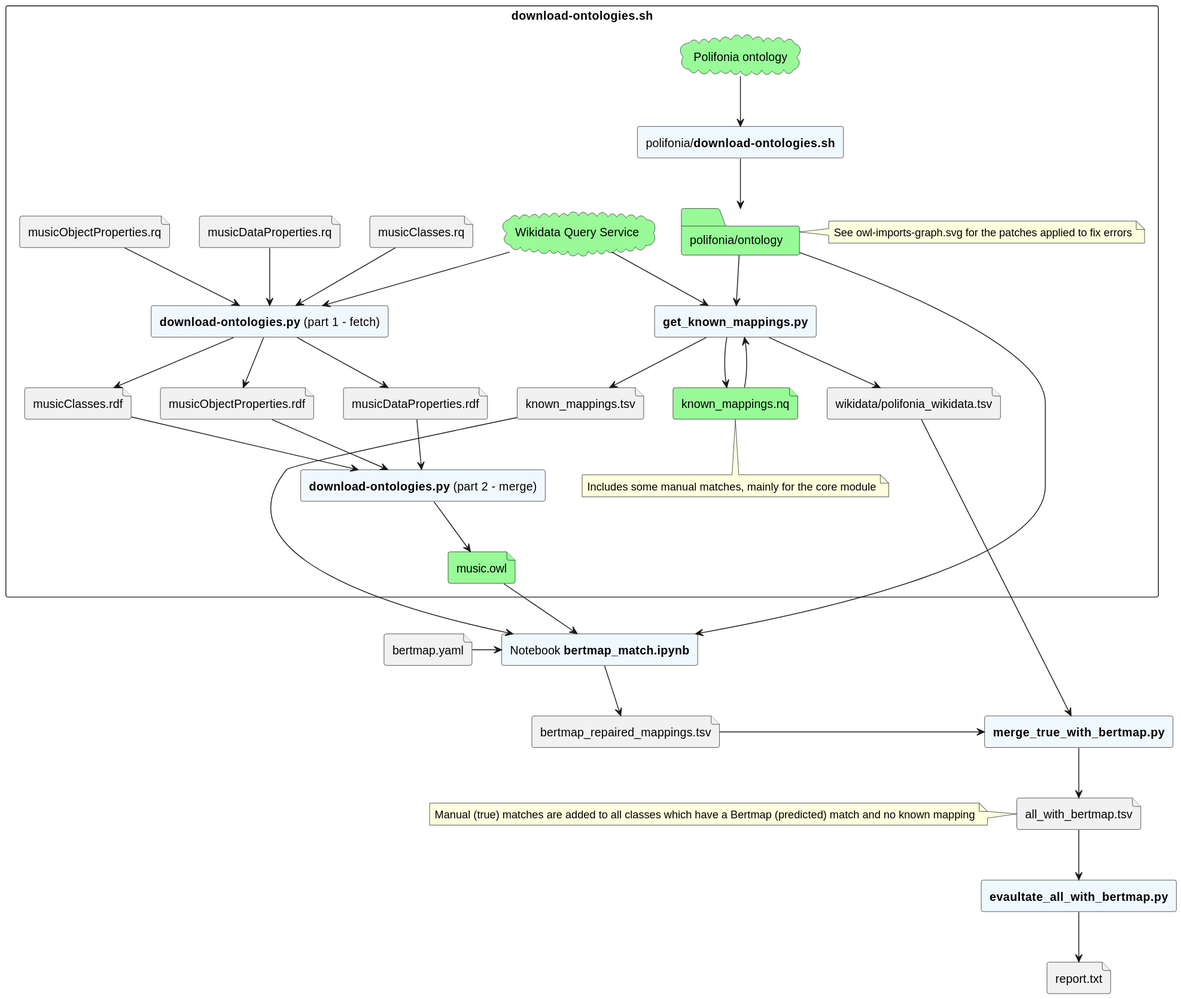
The PlantUML diagram flow.svg in Danysan1/unibo-ke-matching-ontologies, before a commit.
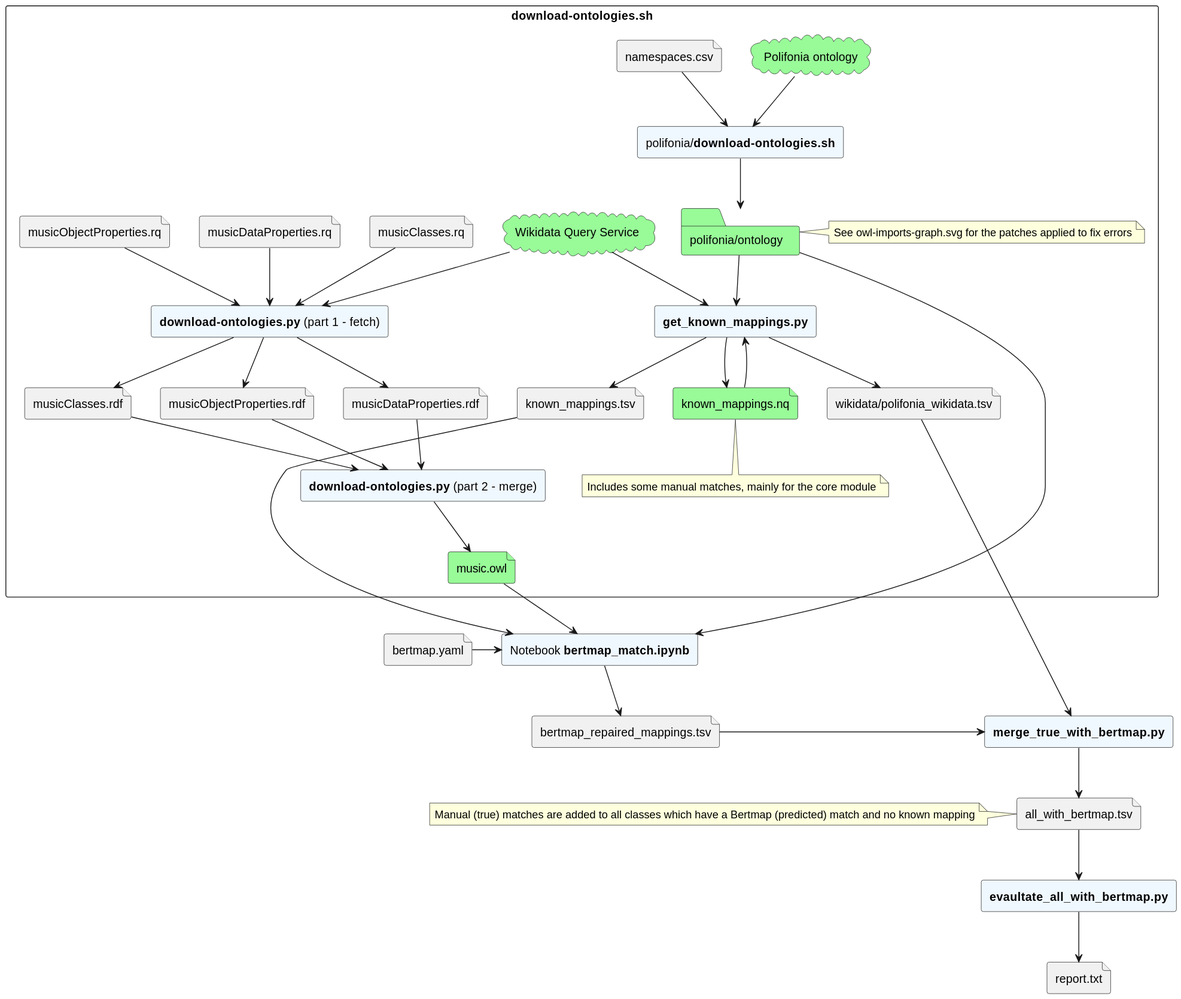
The same diagram one commit later.

The edit, as a diff of the source:
```diff
@@ -1,6 +1,7 @@
 @startuml flow
 
 rectangle "**download-ontologies.sh**" {
+
 cloud "Wikidata Query Service" as wikidata #palegreen
 file musicClasses.rq
 file musicDataProperties.rq
@@ -25,7 +26,9 @@
 
 cloud "Polifonia ontology" as polifonia #palegreen
 rectangle "polifonia/**download-ontologies.sh**" as downpolifonia #aliceblue
+file namespaces.csv
 folder "polifonia/ontology" as polifoniaowl #palegreen
+namespaces.csv --> downpolifonia
 polifonia --> downpolifonia
 downpolifonia --> polifoniaowl
 note right of polifoniaowl: See owl-imports-graph.svg for the patches applied to fix errors
@@ -41,6 +44,7 @@
 get_known_mappings --> known_mappings.tsv
 get_known_mappings --> polifonia_wikidata
 get_known_mappings --> known_mappings.nq
+
 }
 
 rectangle "Notebook **bertmap_match.ipynb**" as notebook #aliceblue
```
